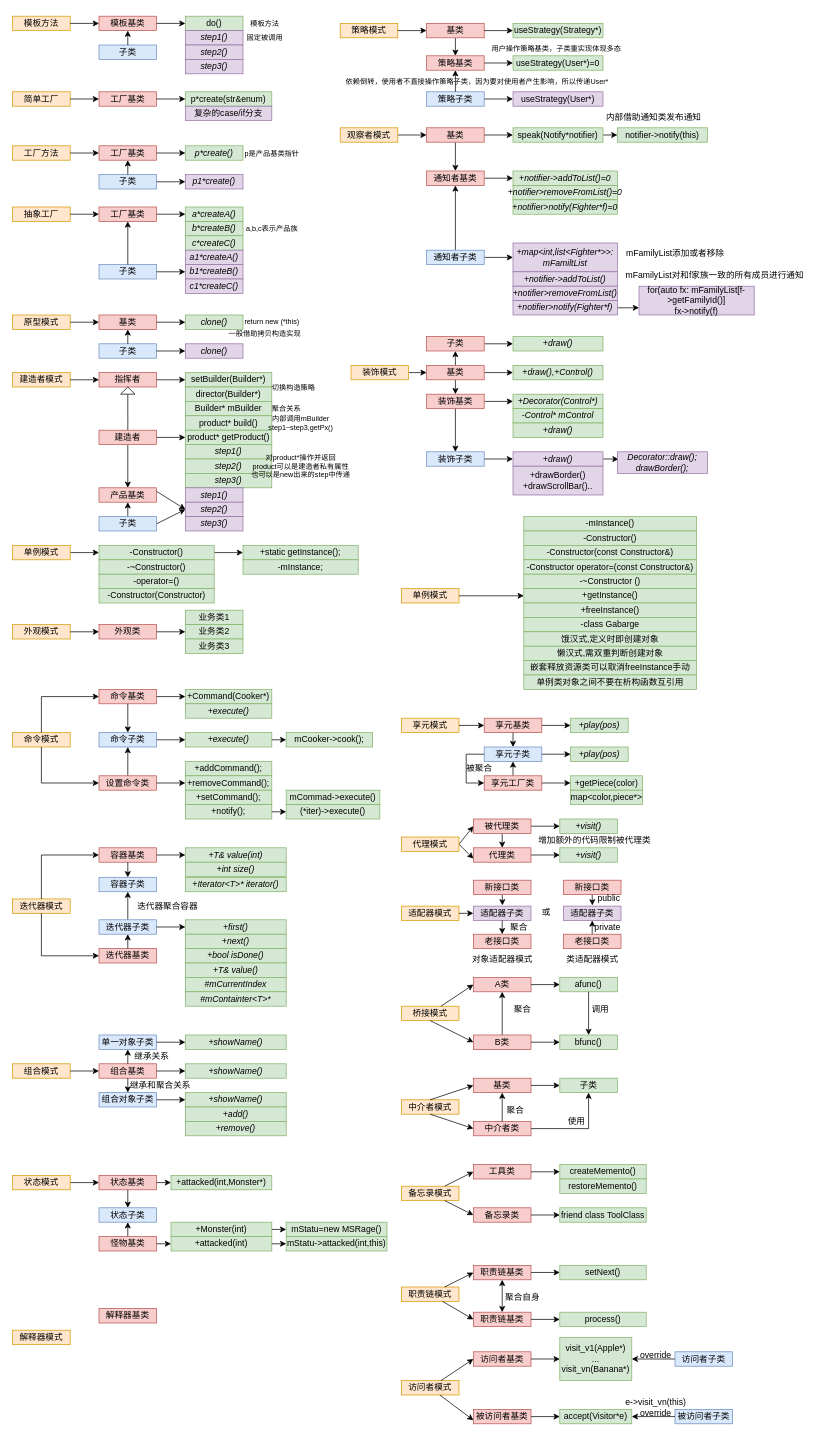
This is designMode.drawio from chenbei97/C--DesignMode, a draw.io file, before an edit. Source tidied: cells renumbered, new cells numbered last; positions are measured from the earlier drawing's top-left corner, leaving out a move shared by most shapes. Both pictures are drawn from the tidied source at 72%, with x=0, y=0 at pixel (12, 12).
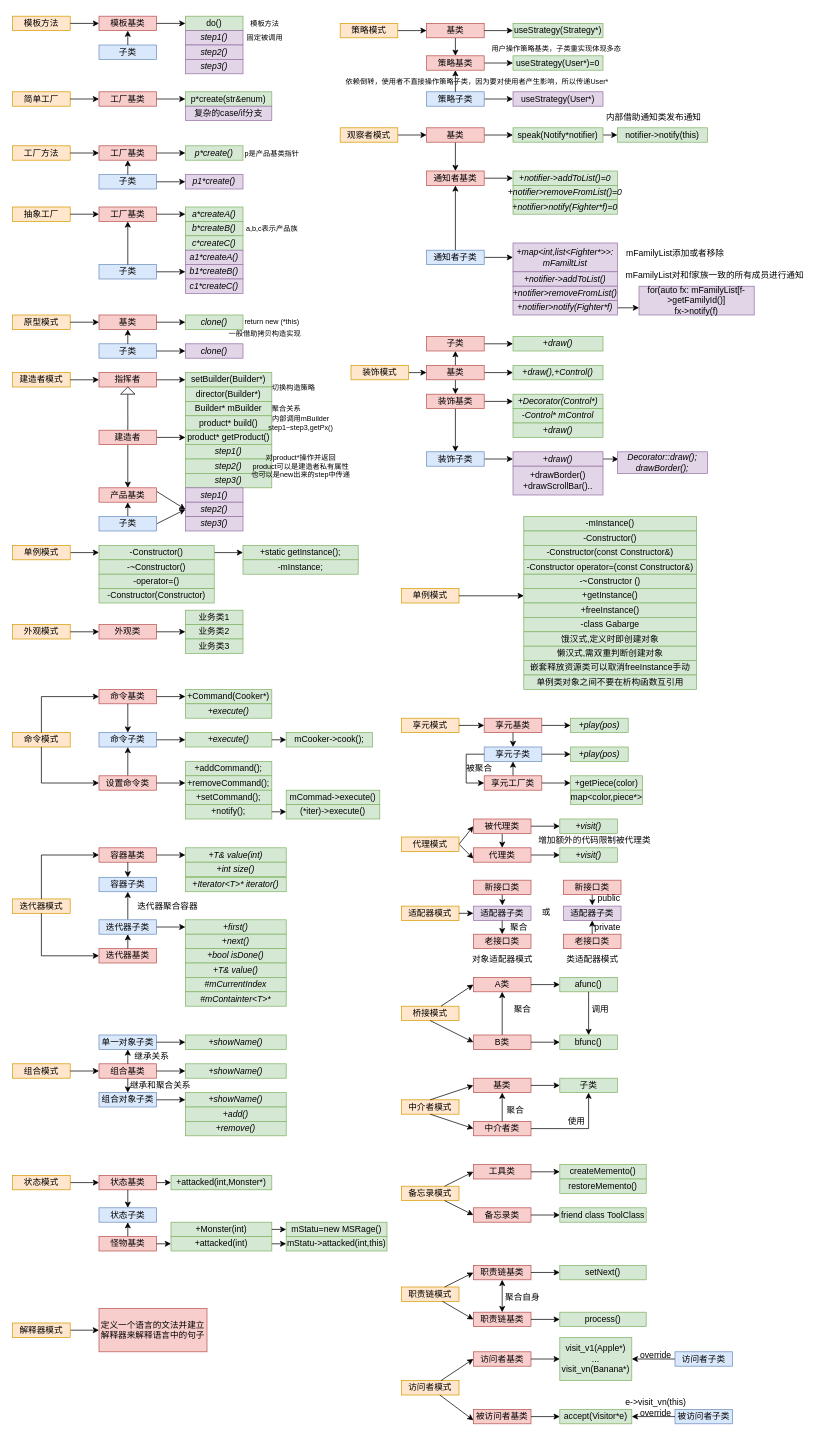
After the change.

Commit message (it also covers changes not shown here):
设计模式概览

The edit, as a diff of the source:
```diff
@@
+    <mxCell id="382" style="edgeStyle=none;html=1;entryX=0;entryY=0.5;entryDx=0;entryDy=0;startArrow=none;startFill=0;endArrow=classic;endFill=1;" parent="1" edge="1" source="380" target="381">
+      <mxGeometry relative="1" as="geometry" />
+    </mxCell>
     <mxCell id="380" value="解释器模式" style="whiteSpace=wrap;html=1;fillColor=#ffe6cc;strokeColor=#d79b00;" parent="1" vertex="1">
-      <mxGeometry y="1830" width="80" height="20" as="geometry" />
+      <mxGeometry y="1820" width="80" height="20" as="geometry" />
     </mxCell>
-    <mxCell id="381" value="解释器基类" style="whiteSpace=wrap;html=1;fillColor=#f8cecc;strokeColor=#b85450;" parent="1" vertex="1">
-      <mxGeometry x="120" y="1800" width="80" height="20" as="geometry" />
+    <mxCell id="381" value="定义一个语言的文法并建立解释器来解释语言中的句子" style="whiteSpace=wrap;html=1;fillColor=#f8cecc;strokeColor=#b85450;" parent="1" vertex="1">
+      <mxGeometry x="120" y="1800" width="150" height="60" as="geometry" />
     </mxCell>
```
